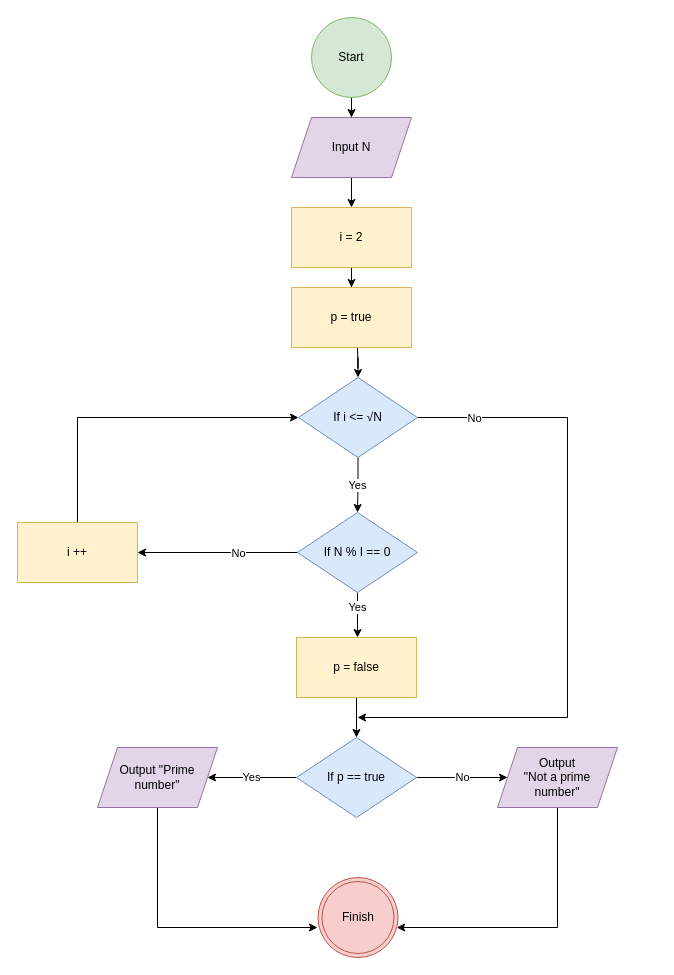
Above: page "prime_number" (4 of 4) of Untitled Diagram.drawio in tetit/Flowchart (draw.io), before the change. Source tidied: cells renumbered, new cells numbered last; positions are measured from the earlier drawing's top-left corner, leaving out a move shared by most shapes. Both pictures are drawn from the tidied source at 100%, with x=0, y=0 at pixel (17, 17).
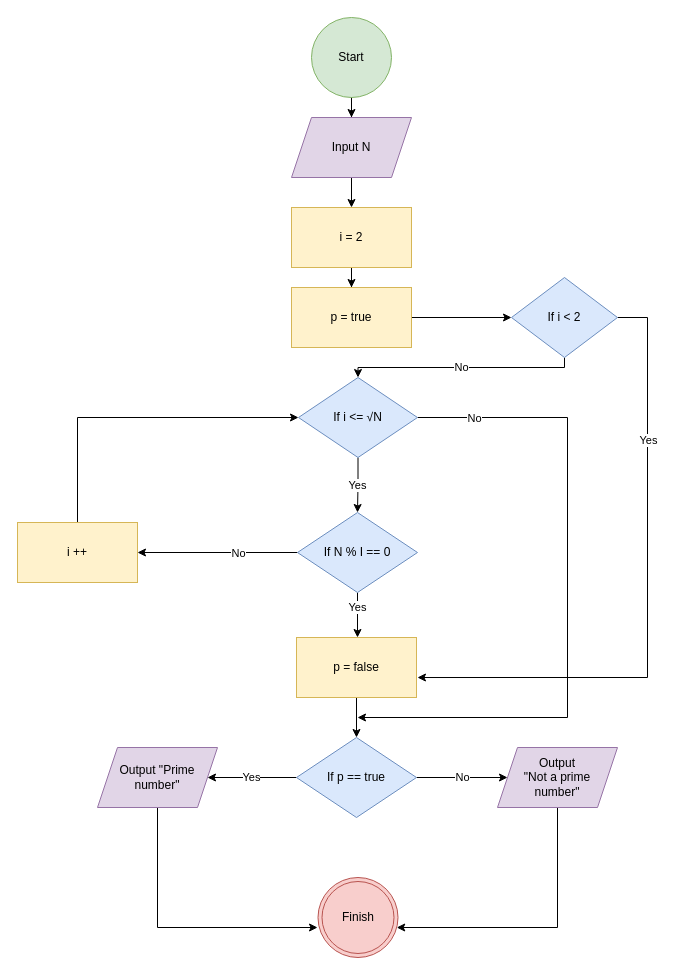
The same page after the edit.

The change refers to these unchanged cells:
```xml
<mxCell id="16" value="If i &amp;lt;= √N" style="rhombus;whiteSpace=wrap;html=1;fillColor=#dae8fc;strokeColor=#6c8ebf;" parent="1" vertex="1">
  <mxGeometry x="281" y="360" width="119" height="80" as="geometry" />
</mxCell>
<mxCell id="19" value="p = true" style="whiteSpace=wrap;html=1;fillColor=#fff2cc;strokeColor=#d6b656;" parent="1" vertex="1">
  <mxGeometry x="274" y="270" width="120" height="60" as="geometry" />
</mxCell>
<mxCell id="21" value="p = false" style="whiteSpace=wrap;html=1;fillColor=#fff2cc;strokeColor=#d6b656;" parent="1" vertex="1">
  <mxGeometry x="279" y="620" width="120" height="60" as="geometry" />
</mxCell>
```

The edit, as a diff of the source:
```diff
@@
-    <mxCell id="6" style="edgeStyle=orthogonalEdgeStyle;rounded=0;jettySize=auto;html=1;startArrow=none;" parent="1" edge="1" target="16">
-      <mxGeometry relative="1" as="geometry">
-        <mxPoint x="340" y="330" as="sourcePoint" />
-      </mxGeometry>
-    </mxCell>
@@
+    <mxCell id="30" style="edgeStyle=orthogonalEdgeStyle;rounded=0;jettySize=auto;html=1;" parent="1" edge="1" source="19" target="34">
+      <mxGeometry relative="1" as="geometry" />
+    </mxCell>
@@
+    <mxCell id="31" value="No" style="edgeStyle=orthogonalEdgeStyle;rounded=0;jettySize=auto;html=1;entryX=0.5;entryY=0;entryDx=0;entryDy=0;" parent="1" edge="1" source="34" target="16">
+      <mxGeometry relative="1" as="geometry">
+        <Array as="points">
+          <mxPoint x="547" y="350" />
+          <mxPoint x="341" y="350" />
+        </Array>
+      </mxGeometry>
+    </mxCell>
+    <mxCell id="32" style="edgeStyle=orthogonalEdgeStyle;rounded=0;jettySize=auto;html=1;entryX=1.008;entryY=0.667;entryDx=0;entryDy=0;entryPerimeter=0;" parent="1" edge="1" source="34" target="21">
+      <mxGeometry relative="1" as="geometry">
+        <Array as="points">
+          <mxPoint x="630" y="300" />
+          <mxPoint x="630" y="660" />
+        </Array>
+      </mxGeometry>
+    </mxCell>
+    <mxCell id="33" value="Yes" style="edgeLabel;html=1;align=center;verticalAlign=middle;" parent="32" vertex="1">
+      <mxGeometry x="-0.51" relative="1" as="geometry" />
+    </mxCell>
+    <mxCell id="34" value="If i &amp;lt; 2" style="rhombus;whiteSpace=wrap;html=1;fillColor=#dae8fc;strokeColor=#6c8ebf;" parent="1" vertex="1">
+      <mxGeometry x="494" y="260" width="106" height="80" as="geometry" />
+    </mxCell>
```
